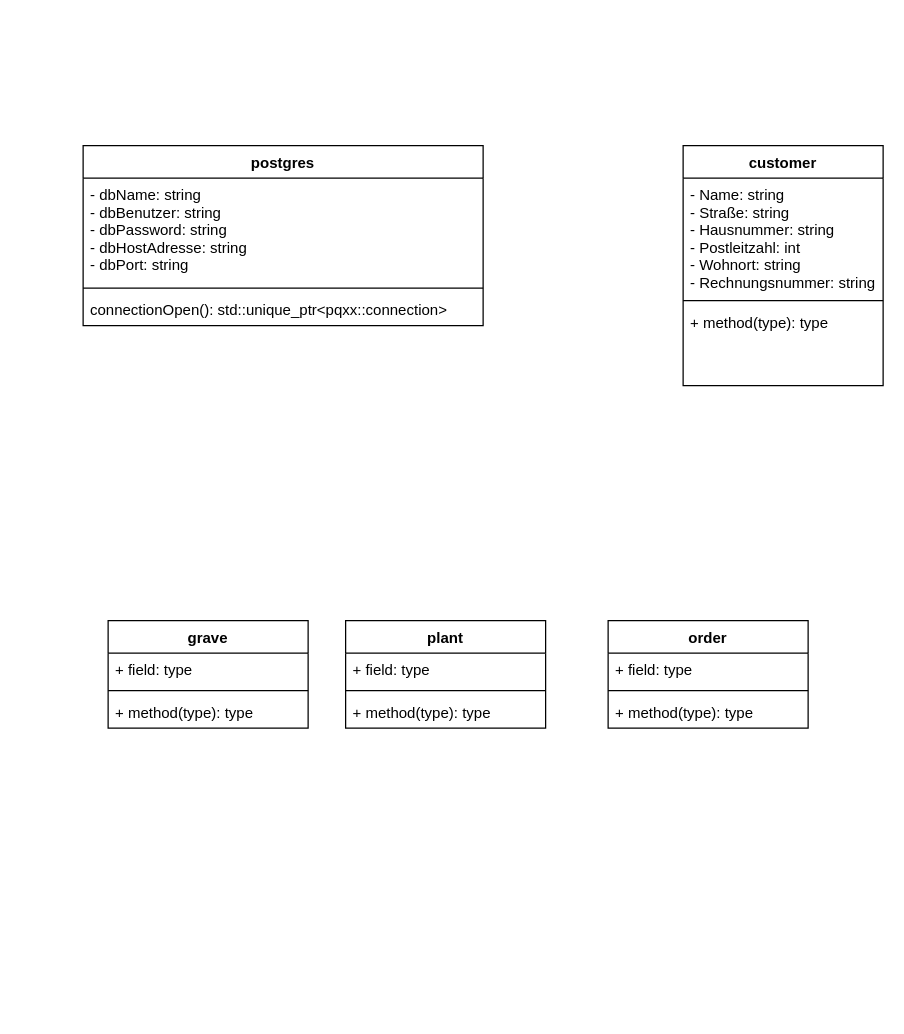
Before: uml/Pfauenhof.drawio in JanRipken/PfauenhofFlowers, a draw.io diagram. Source tidied: cells renumbered, new cells numbered last; positions are measured from the earlier drawing's top-left corner, leaving out a move shared by most shapes. Both pictures are drawn from the tidied source at 125%, with x=0, y=0 at pixel (82, 145).
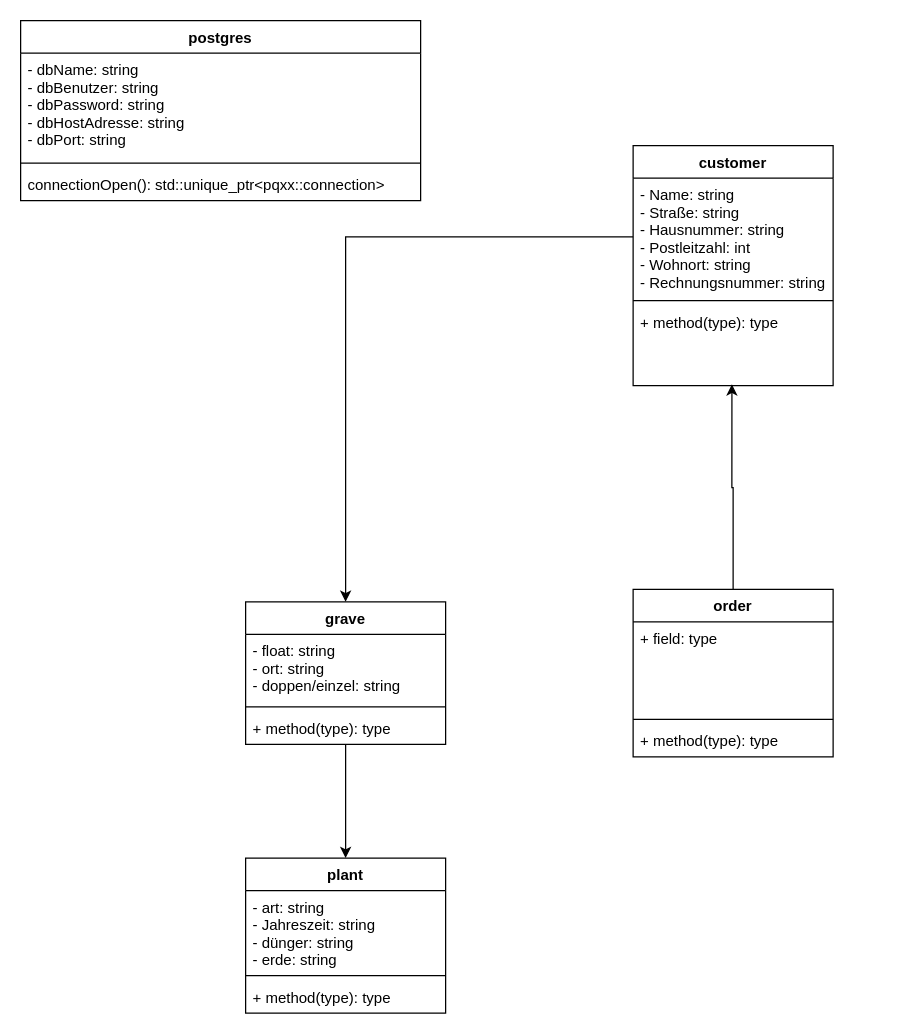
After the change.

The change refers to these unchanged cells:
```xml
<mxCell id="15" value="- Name: string&#10;- Straße: string&#10;- Hausnummer: string&#10;- Postleitzahl: int&#10;- Wohnort: string&#10;- Rechnungsnummer: string" style="text;strokeColor=none;fillColor=none;align=left;verticalAlign=top;spacingLeft=4;spacingRight=4;overflow=hidden;points=[[0,0.5],[1,0.5]];portConstraint=eastwest;fontStyle=0;" parent="14" vertex="1">
  <mxGeometry y="26" width="160" height="94" as="geometry" />
</mxCell>
<mxCell id="17" value="+ method(type): type" style="text;strokeColor=none;fillColor=none;align=left;verticalAlign=top;spacingLeft=4;spacingRight=4;overflow=hidden;points=[[0,0.5],[1,0.5]];portConstraint=eastwest;" parent="14" vertex="1">
  <mxGeometry y="128" width="160" height="64" as="geometry" />
</mxCell>
```

Change to the diagram source:
```diff
@@
+    <mxCell id="22" style="edgeStyle=orthogonalEdgeStyle;rounded=0;jettySize=auto;html=1;" parent="1" edge="1" source="2" target="6">
+      <mxGeometry relative="1" as="geometry" />
+    </mxCell>
     <mxCell id="2" value="grave" style="swimlane;fontStyle=1;align=center;verticalAlign=top;horizontal=1;startSize=26;" parent="1" vertex="1">
-      <mxGeometry x="20" y="380" width="160" height="86" as="geometry" />
+      <mxGeometry x="130" y="365" width="160" height="114" as="geometry" />
     </mxCell>
-    <mxCell id="3" value="+ field: type" style="text;strokeColor=none;fillColor=none;align=left;verticalAlign=top;spacingLeft=4;spacingRight=4;overflow=hidden;" parent="2" vertex="1">
-      <mxGeometry y="26" width="160" height="26" as="geometry" />
+    <mxCell id="3" value="- float: string&#10;- ort: string&#10;- doppen/einzel: string" style="text;strokeColor=none;fillColor=none;align=left;verticalAlign=top;spacingLeft=4;spacingRight=4;overflow=hidden;" parent="2" vertex="1">
+      <mxGeometry y="26" width="160" height="54" as="geometry" />
     </mxCell>
     <mxCell id="4" style="line;strokeWidth=1;fillColor=none;align=left;verticalAlign=middle;spacingTop=-1;spacingLeft=3;spacingRight=3;labelPosition=right;" parent="2" vertex="1">
-      <mxGeometry y="52" width="160" height="8" as="geometry" />
+      <mxGeometry y="80" width="160" height="8" as="geometry" />
     </mxCell>
     <mxCell id="5" value="+ method(type): type" style="text;strokeColor=none;fillColor=none;align=left;verticalAlign=top;spacingLeft=4;spacingRight=4;overflow=hidden;" parent="2" vertex="1">
-      <mxGeometry y="60" width="160" height="26" as="geometry" />
+      <mxGeometry y="88" width="160" height="26" as="geometry" />
     </mxCell>
     <mxCell id="6" value="plant" style="swimlane;fontStyle=1;align=center;verticalAlign=top;horizontal=1;startSize=26;" parent="1" vertex="1">
-      <mxGeometry x="210" y="380" width="160" height="86" as="geometry" />
+      <mxGeometry x="130" y="570" width="160" height="124" as="geometry" />
     </mxCell>
-    <mxCell id="7" value="+ field: type" style="text;strokeColor=none;fillColor=none;align=left;verticalAlign=top;spacingLeft=4;spacingRight=4;overflow=hidden;" parent="6" vertex="1">
-      <mxGeometry y="26" width="160" height="26" as="geometry" />
+    <mxCell id="7" value="- art: string&#10;- Jahreszeit: string&#10;- dünger: string&#10;- erde: string " style="text;strokeColor=none;fillColor=none;align=left;verticalAlign=top;spacingLeft=4;spacingRight=4;overflow=hidden;" parent="6" vertex="1">
+      <mxGeometry y="26" width="160" height="64" as="geometry" />
     </mxCell>
     <mxCell id="8" style="line;strokeWidth=1;fillColor=none;align=left;verticalAlign=middle;spacingTop=-1;spacingLeft=3;spacingRight=3;labelPosition=right;" parent="6" vertex="1">
-      <mxGeometry y="52" width="160" height="8" as="geometry" />
+      <mxGeometry y="90" width="160" height="8" as="geometry" />
     </mxCell>
     <mxCell id="9" value="+ method(type): type" style="text;strokeColor=none;fillColor=none;align=left;verticalAlign=top;spacingLeft=4;spacingRight=4;overflow=hidden;" parent="6" vertex="1">
-      <mxGeometry y="60" width="160" height="26" as="geometry" />
+      <mxGeometry y="98" width="160" height="26" as="geometry" />
     </mxCell>
+    <mxCell id="23" style="edgeStyle=orthogonalEdgeStyle;rounded=0;jettySize=auto;html=1;entryX=0.494;entryY=0.984;entryDx=0;entryDy=0;entryPerimeter=0;" parent="1" edge="1" source="10" target="17">
+      <mxGeometry relative="1" as="geometry" />
+    </mxCell>
     <mxCell id="10" value="order" style="swimlane;fontStyle=1;align=center;verticalAlign=top;horizontal=1;startSize=26;" parent="1" vertex="1">
-      <mxGeometry x="420" y="380" width="160" height="86" as="geometry" />
+      <mxGeometry x="440" y="355" width="160" height="134" as="geometry" />
     </mxCell>
     <mxCell id="11" value="+ field: type" style="text;strokeColor=none;fillColor=none;align=left;verticalAlign=top;spacingLeft=4;spacingRight=4;overflow=hidden;" parent="10" vertex="1">
-      <mxGeometry y="26" width="160" height="26" as="geometry" />
+      <mxGeometry y="26" width="160" height="74" as="geometry" />
     </mxCell>
     <mxCell id="12" style="line;strokeWidth=1;fillColor=none;align=left;verticalAlign=middle;spacingTop=-1;spacingLeft=3;spacingRight=3;labelPosition=right;" parent="10" vertex="1">
-      <mxGeometry y="52" width="160" height="8" as="geometry" />
+      <mxGeometry y="100" width="160" height="8" as="geometry" />
     </mxCell>
     <mxCell id="13" value="+ method(type): type" style="text;strokeColor=none;fillColor=none;align=left;verticalAlign=top;spacingLeft=4;spacingRight=4;overflow=hidden;" parent="10" vertex="1">
-      <mxGeometry y="60" width="160" height="26" as="geometry" />
+      <mxGeometry y="108" width="160" height="26" as="geometry" />
     </mxCell>
     <mxCell id="14" value="customer" style="swimlane;fontStyle=1;align=center;verticalAlign=top;horizontal=1;startSize=26;" parent="1" vertex="1">
-      <mxGeometry x="480" width="160" height="192" as="geometry" />
+      <mxGeometry x="440" width="160" height="192" as="geometry" />
     </mxCell>
@@
+    <mxCell id="24" style="edgeStyle=orthogonalEdgeStyle;rounded=0;jettySize=auto;html=1;" parent="1" edge="1" source="15" target="2">
+      <mxGeometry relative="1" as="geometry" />
+    </mxCell>
     <mxCell id="18" value="postgres" style="swimlane;fontStyle=1;align=center;verticalAlign=top;horizontal=1;startSize=26;" parent="1" vertex="1">
-      <mxGeometry width="320" height="144" as="geometry" />
+      <mxGeometry x="-50" y="-100" width="320" height="144" as="geometry" />
     </mxCell>
```
